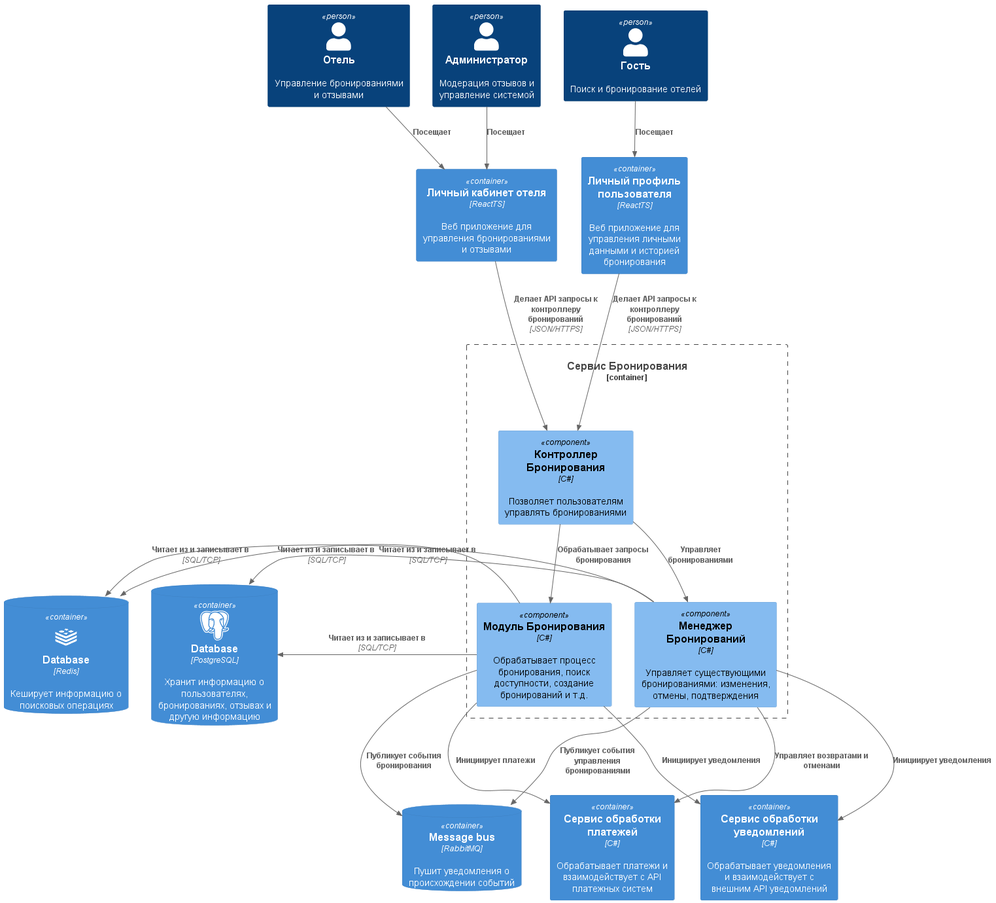
This is out/C4/3_component [Booking]/3_component [Booking].png from GornikMaria/SoftwareDevelopmentTechnology, a PlantUML export, as it was before one commit. Its diagram source:
```plantuml
@startuml

!include https://raw.githubusercontent.com/plantuml-stdlib/C4-PlantUML/master/C4_Container.puml
!include https://raw.githubusercontent.com/plantuml-stdlib/C4-PlantUML/master/C4_Component.puml

!define DEVICONS1 https://raw.githubusercontent.com/tupadr3/plantuml-icon-font-sprites/master/devicons
!define DEVICONS2 https://raw.githubusercontent.com/tupadr3/plantuml-icon-font-sprites/master/devicons2

!include DEVICONS1/redis.puml
!include DEVICONS2/csharp.puml
!include DEVICONS2/postgresql.puml

Person(hotel, "Отель", "Управление бронированиями и отзывами")
Person(admin, "Администратор", "Модерация отзывов и управление системой")
Person(guest, "Гость", "Поиск и бронирование отелей")


Container(extranet, "Личный кабинет отеля", "ReactTS", "Веб приложение для управления бронированиями и отзывами")
Container(guestProfile, "Личный профиль пользователя", "ReactTS", "Веб приложение для управления личными данными и историей бронирования")

ContainerDb(postgres, "Database", "PostgreSQL", "Хранит информацию о пользователях, бронированиях, отзывах и другую информацию", $sprite="postgresql")
ContainerDb(redis, "Database", "Redis", "Кеширует информацию о поисковых операциях", $sprite="redis")
ContainerDb(rabbit, "Message bus", "RabbitMQ", "Пушит уведомления о происхождении событий")

Container_Boundary(bookingService_container, "Сервис Бронирования") {
    Component(bookingController, "Контроллер Бронирования", "C#", "Позволяет пользователям управлять бронированиями")
    Rel_D(extranet, bookingController, "Делает API запросы к контроллеру бронирований", "JSON/HTTPS")
    Rel_D(guestProfile, bookingController, "Делает API запросы к контроллеру бронирований", "JSON/HTTPS")

    Component(bookingEngine, "Модуль Бронирования", "C#", "Обрабатывает процесс бронирования, поиск доступности, создание бронирований и т.д.")
    Component(reservationManager, "Менеджер Бронирований", "C#", "Управляет существующими бронированиями: изменения, отмены, подтверждения")
    Rel_D(bookingController, bookingEngine, "Обрабатывает запросы бронирования")
    Rel_D(bookingController, reservationManager, "Управляет бронированиями")

    Rel(bookingEngine, rabbit, "Публикует события бронирования")
    Rel(reservationManager, rabbit, "Публикует события управления бронированиями")

    Rel_L(bookingEngine, postgres, "Читает из и записывает в", "SQL/TCP")
    Rel_L(bookingEngine, redis, "Читает из и записывает в", "SQL/TCP")
    Rel_L(reservationManager, postgres, "Читает из и записывает в", "SQL/TCP")
    Rel_L(reservationManager, redis, "Читает из и записывает в", "SQL/TCP")
}

Container(notificationServiceFacade, "Сервис обработки уведомлений", "C#", "Обрабатывает уведомления и взаимодействует с внешним API уведомлений")
Rel(bookingEngine, notificationServiceFacade, "Инициирует уведомления")
Rel(reservationManager, notificationServiceFacade, "Инициирует уведомления")

Container(paymentAPIFacade, "Сервис обработки платежей", "C#", "Обрабатывает платежи и взаимодействует с API платежных систем")
Rel(bookingEngine, paymentAPIFacade, "Инициирует платежи")
Rel(reservationManager, paymentAPIFacade, "Управляет возвратами и отменами")

Rel(hotel, extranet, "Посещает")
Rel(admin, extranet, "Посещает")
Rel(guest, guestProfile, "Посещает")

@enduml
```
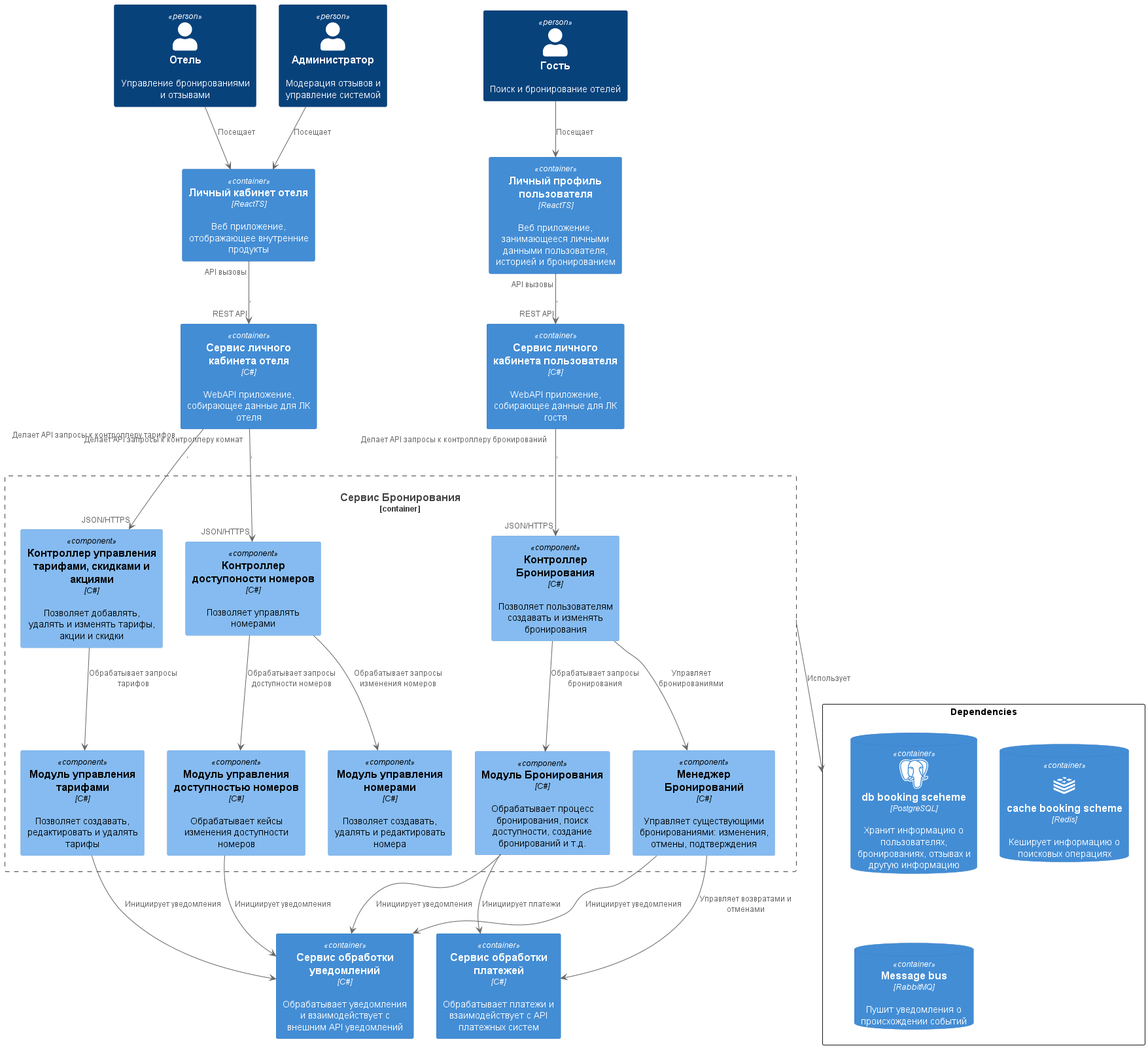
After the commit.

Commit message:
добавлены изображения

Diff of the diagram source:
```diff
@@ -14,43 +14,62 @@
 Person(admin, "Администратор", "Модерация отзывов и управление системой")
 Person(guest, "Гость", "Поиск и бронирование отелей")
 
+Container(extranet, "Личный кабинет отеля", "ReactTS", "Веб приложение, отображающее внутренние продукты")
+Container(extranetService, "Сервис личного кабинета отеля", "C#", "WebAPI приложение, собирающее данные для ЛК отеля")
+Container(guestProfile, "Личный профиль пользователя", "ReactTS", "Веб приложение, занимающееся личными данными пользователя, историей и бронированием")
+Container(guestProfileService, "Сервис личного кабинета пользователя", "C#", "WebAPI приложение, собирающее данные для ЛК гостя")
 
-Container(extranet, "Личный кабинет отеля", "ReactTS", "Веб приложение для управления бронированиями и отзывами")
-Container(guestProfile, "Личный профиль пользователя", "ReactTS", "Веб приложение для управления личными данными и историей бронирования")
-
-ContainerDb(postgres, "Database", "PostgreSQL", "Хранит информацию о пользователях, бронированиях, отзывах и другую информацию", $sprite="postgresql")
-ContainerDb(redis, "Database", "Redis", "Кеширует информацию о поисковых операциях", $sprite="redis")
-ContainerDb(rabbit, "Message bus", "RabbitMQ", "Пушит уведомления о происхождении событий")
+hotel --> extranet : "Посещает"
+admin --> extranet : "Посещает"
+extranet --> extranetService : "API вызовы", "REST API"
+guest --> guestProfile : "Посещает"
+guestProfile --> guestProfileService : "API вызовы", "REST API"
 
 Container_Boundary(bookingService_container, "Сервис Бронирования") {
-    Component(bookingController, "Контроллер Бронирования", "C#", "Позволяет пользователям управлять бронированиями")
-    Rel_D(extranet, bookingController, "Делает API запросы к контроллеру бронирований", "JSON/HTTPS")
-    Rel_D(guestProfile, bookingController, "Делает API запросы к контроллеру бронирований", "JSON/HTTPS")
+    Component(roomManagementController, "Контроллер доступоности номеров", "C#", "Позволяет управлять номерами")
+    Component(ratePlansController, "Контроллер управления тарифами, скидками и акциями", "C#", "Позволяет добавлять, удалять и изменять тарифы, акции и скидки")
 
-    Component(bookingEngine, "Модуль Бронирования", "C#", "Обрабатывает процесс бронирования, поиск доступности, создание бронирований и т.д.")
-    Component(reservationManager, "Менеджер Бронирований", "C#", "Управляет существующими бронированиями: изменения, отмены, подтверждения")
-    Rel_D(bookingController, bookingEngine, "Обрабатывает запросы бронирования")
-    Rel_D(bookingController, reservationManager, "Управляет бронированиями")
+    Component(bookingController, "Контроллер Бронирования", "C#", "Позволяет пользователям создавать и изменять бронирования")
 
-    Rel(bookingEngine, rabbit, "Публикует события бронирования")
-    Rel(reservationManager, rabbit, "Публикует события управления бронированиями")
+        Component(ratePlansManager, "Модуль управления тарифами", "C#", "Позволяет создавать, редактировать и удалять тарифы")
 
-    Rel_L(bookingEngine, postgres, "Читает из и записывает в", "SQL/TCP")
-    Rel_L(bookingEngine, redis, "Читает из и записывает в", "SQL/TCP")
-    Rel_L(reservationManager, postgres, "Читает из и записывает в", "SQL/TCP")
-    Rel_L(reservationManager, redis, "Читает из и записывает в", "SQL/TCP")
+        Component(roomAvailabilityManager, "Модуль управления доступностью номеров", "C#", "Обрабатывает кейсы изменения доступности номеров")
+        Component(roomManager, "Модуль управления номерами", "C#", "Позволяет создавать, удалять и редактировать номера")
+
+        Component(bookingEngine, "Модуль Бронирования", "C#", "Обрабатывает процесс бронирования, поиск доступности, создание бронирований и т.д.")
+        Component(reservationManager, "Менеджер Бронирований", "C#", "Управляет существующими бронированиями: изменения, отмены, подтверждения")
 }
 
-Container(notificationServiceFacade, "Сервис обработки уведомлений", "C#", "Обрабатывает уведомления и взаимодействует с внешним API уведомлений")
-Rel(bookingEngine, notificationServiceFacade, "Инициирует уведомления")
-Rel(reservationManager, notificationServiceFacade, "Инициирует уведомления")
+extranetService --> ratePlansController : "Делает API запросы к контроллеру тарифов", "JSON/HTTPS"
+extranetService --> roomManagementController : "Делает API запросы к контроллеру комнат", "JSON/HTTPS"
+guestProfileService --> bookingController : "Делает API запросы к контроллеру бронирований", "JSON/HTTPS"
 
-Container(paymentAPIFacade, "Сервис обработки платежей", "C#", "Обрабатывает платежи и взаимодействует с API платежных систем")
-Rel(bookingEngine, paymentAPIFacade, "Инициирует платежи")
-Rel(reservationManager, paymentAPIFacade, "Управляет возвратами и отменами")
+together {
+    Container(notificationServiceFacade, "Сервис обработки уведомлений", "C#", "Обрабатывает уведомления и взаимодействует с внешним API уведомлений")
+    Container(paymentAPIFacade, "Сервис обработки платежей", "C#", "Обрабатывает платежи и взаимодействует с API платежных систем")
+}
 
-Rel(hotel, extranet, "Посещает")
-Rel(admin, extranet, "Посещает")
-Rel(guest, guestProfile, "Посещает")
+    ratePlansController --> ratePlansManager : "Обрабатывает запросы тарифов"
+
+    roomManagementController --> roomAvailabilityManager : "Обрабатывает запросы доступности номеров"
+    roomManagementController --> roomManager : "Обрабатывает запросы изменения номеров"
+
+    bookingController --> bookingEngine : "Обрабатывает запросы бронирования"
+    bookingController --> reservationManager : "Управляет бронированиями"
+
+rectangle "Dependencies" as dependencies {
+    ContainerDb(postgres, "db booking sceheme", "PostgreSQL", "Хранит информацию о пользователях, бронированиях, отзывах и другую информацию", $sprite="postgresql")
+    ContainerDb(redis, "cache booking scheme", "Redis", "Кеширует информацию о поисковых операциях", $sprite="redis")
+    ContainerDb(rabbit, "Message bus", "RabbitMQ", "Пушит уведомления о происхождении событий")
+}
+
+bookingService_container --> dependencies : "Использует"
+
+ratePlansManager --> notificationServiceFacade : "Инициирует уведомления"
+roomAvailabilityManager --> notificationServiceFacade : "Инициирует уведомления"
+bookingEngine --> notificationServiceFacade : "Инициирует уведомления"
+bookingEngine --> paymentAPIFacade : "Инициирует платежи"
+reservationManager --> notificationServiceFacade : "Инициирует уведомления"
+reservationManager --> paymentAPIFacade : "Управляет возвратами и отменами"
 
 @enduml
```
